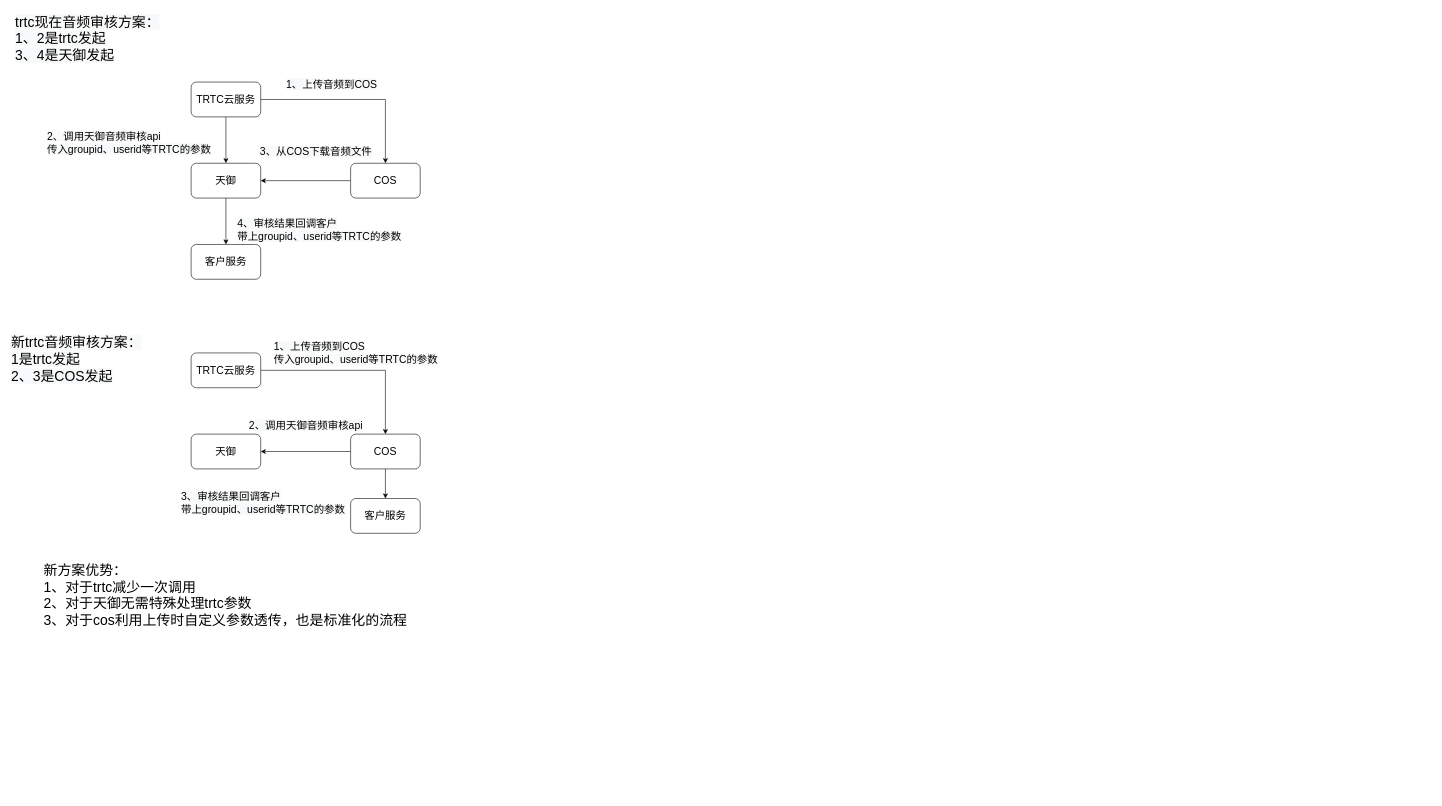
Earlier version of the draw.io diagram page "trtc+cos审核" (5 of 7) of CI.drawio (wangnan8791/document). Source tidied: cells renumbered, new cells numbered last; positions are measured from the earlier drawing's top-left corner, leaving out a move shared by most shapes. Both pictures are drawn from the tidied source at 58%, with x=0, y=0 at pixel (10, 10).
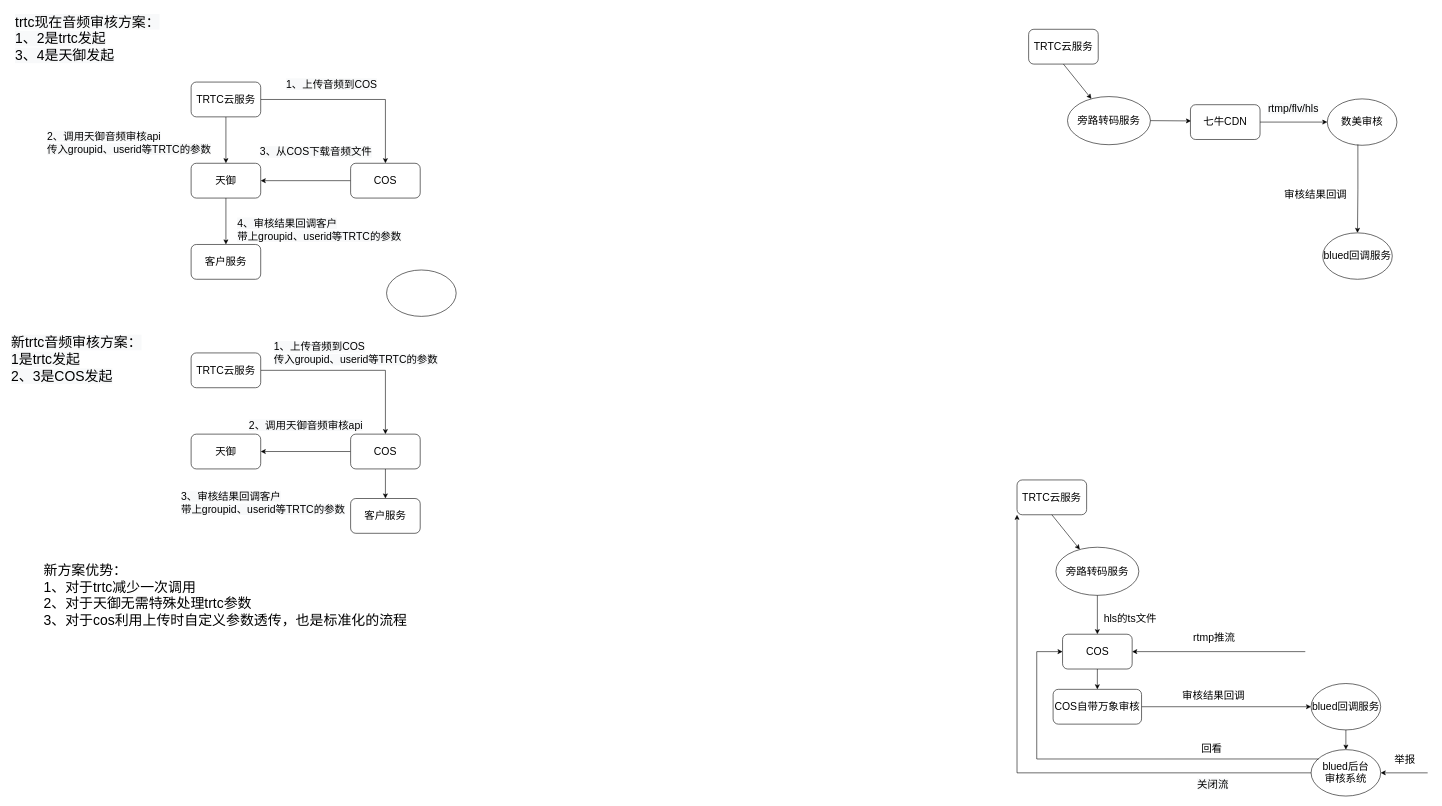
The same diagram, later.

What changed in the source:
```diff
@@
+    <mxCell id="27" value="&lt;span&gt;TRTC云服务&lt;/span&gt;" style="rounded=1;whiteSpace=wrap;html=1;fontSize=18;" parent="1" vertex="1">
+      <mxGeometry x="1756" y="33" width="120" height="60" as="geometry" />
+    </mxCell>
+    <mxCell id="28" value="旁路转码服务" style="ellipse;whiteSpace=wrap;html=1;fontSize=18;" parent="1" vertex="1">
+      <mxGeometry x="1823" y="149" width="143" height="83" as="geometry" />
+    </mxCell>
+    <mxCell id="29" style="endArrow=classic;html=1;rounded=0;fontSize=18;exitX=0.5;exitY=1;exitDx=0;exitDy=0;" parent="1" edge="1" source="27" target="28">
+      <mxGeometry relative="1" as="geometry" />
+    </mxCell>
+    <mxCell id="30" style="endArrow=classic;html=1;rounded=0;fontSize=18;" parent="1" edge="1" source="28">
+      <mxGeometry relative="1" as="geometry">
+        <mxPoint x="2036" y="191" as="targetPoint" />
+      </mxGeometry>
+    </mxCell>
+    <mxCell id="31" style="ellipse;whiteSpace=wrap;html=1;fontSize=18;" parent="1" vertex="1">
+      <mxGeometry x="649" y="448" width="120" height="80" as="geometry" />
+    </mxCell>
+    <mxCell id="32" value="数美审核" style="ellipse;whiteSpace=wrap;html=1;fontSize=18;" parent="1" vertex="1">
+      <mxGeometry x="2271" y="153" width="120" height="80" as="geometry" />
+    </mxCell>
+    <mxCell id="33" style="edgeStyle=orthogonalEdgeStyle;rounded=0;jettySize=auto;html=1;fontSize=18;exitX=0.439;exitY=0.984;exitDx=0;exitDy=0;exitPerimeter=0;" parent="1" edge="1" source="32" target="36">
+      <mxGeometry relative="1" as="geometry" />
+    </mxCell>
+    <mxCell id="34" style="endArrow=classic;html=1;rounded=0;fontSize=18;entryX=0;entryY=0.5;entryDx=0;entryDy=0;exitX=1;exitY=0.5;exitDx=0;exitDy=0;" parent="1" edge="1" source="55" target="32">
+      <mxGeometry relative="1" as="geometry" />
+    </mxCell>
+    <mxCell id="35" value="&lt;span style=&quot;color: rgb(0 , 0 , 0) ; font-family: &amp;#34;helvetica&amp;#34; ; font-size: 18px ; font-style: normal ; font-weight: 400 ; letter-spacing: normal ; text-align: center ; text-indent: 0px ; text-transform: none ; word-spacing: 0px ; background-color: rgb(248 , 249 , 250) ; display: inline ; float: none&quot;&gt;rtmp/flv/hls&lt;/span&gt;" style="text;whiteSpace=wrap;html=1;fontSize=18;" parent="1" vertex="1">
+      <mxGeometry x="2167" y="153" width="92" height="34.3" as="geometry" />
+    </mxCell>
+    <mxCell id="36" value="blued回调服务" style="ellipse;whiteSpace=wrap;html=1;fontSize=18;" parent="1" vertex="1">
+      <mxGeometry x="2263" y="384" width="120" height="80" as="geometry" />
+    </mxCell>
+    <mxCell id="37" value="&lt;span&gt;TRTC云服务&lt;/span&gt;" style="rounded=1;whiteSpace=wrap;html=1;fontSize=18;" parent="1" vertex="1">
+      <mxGeometry x="1736" y="810" width="120" height="60" as="geometry" />
+    </mxCell>
+    <mxCell id="38" value="旁路转码服务" style="ellipse;whiteSpace=wrap;html=1;fontSize=18;" parent="1" vertex="1">
+      <mxGeometry x="1803" y="926" width="143" height="83" as="geometry" />
+    </mxCell>
+    <mxCell id="39" style="endArrow=classic;html=1;rounded=0;fontSize=18;exitX=0.5;exitY=1;exitDx=0;exitDy=0;" parent="1" edge="1" source="37" target="38">
+      <mxGeometry relative="1" as="geometry" />
+    </mxCell>
+    <mxCell id="40" value="&lt;span&gt;COS&lt;/span&gt;" style="rounded=1;whiteSpace=wrap;html=1;fontSize=18;" parent="1" vertex="1">
+      <mxGeometry x="1814.5" y="1076" width="120" height="60" as="geometry" />
+    </mxCell>
+    <mxCell id="41" style="endArrow=classic;html=1;rounded=0;fontSize=18;exitX=0.5;exitY=1;exitDx=0;exitDy=0;" parent="1" edge="1" source="38" target="40">
+      <mxGeometry relative="1" as="geometry" />
+    </mxCell>
+    <mxCell id="42" value="&lt;div style=&quot;text-align: center&quot;&gt;&lt;font face=&quot;helvetica&quot;&gt;hls的ts文件&lt;/font&gt;&lt;/div&gt;" style="text;whiteSpace=wrap;html=1;fontSize=18;" parent="1" vertex="1">
+      <mxGeometry x="1884" y="1033" width="128" height="36" as="geometry" />
+    </mxCell>
+    <mxCell id="43" style="edgeStyle=orthogonalEdgeStyle;rounded=0;jettySize=auto;html=1;fontSize=18;" parent="1" edge="1" source="44" target="46">
+      <mxGeometry relative="1" as="geometry" />
+    </mxCell>
+    <mxCell id="44" value="&lt;span&gt;COS自带万象审核&lt;/span&gt;" style="rounded=1;whiteSpace=wrap;html=1;fontSize=18;" parent="1" vertex="1">
+      <mxGeometry x="1798.2" y="1171" width="152.5" height="60" as="geometry" />
+    </mxCell>
+    <mxCell id="45" style="endArrow=classic;html=1;rounded=0;fontSize=18;entryX=0.5;entryY=0;entryDx=0;entryDy=0;exitX=0.5;exitY=1;exitDx=0;exitDy=0;" parent="1" edge="1" source="40" target="44">
+      <mxGeometry relative="1" as="geometry" />
+    </mxCell>
+    <mxCell id="46" value="blued回调服务" style="ellipse;whiteSpace=wrap;html=1;fontSize=18;" parent="1" vertex="1">
+      <mxGeometry x="2243" y="1161" width="120" height="80" as="geometry" />
+    </mxCell>
+    <mxCell id="47" value="blued后台&lt;br&gt;审核系统" style="ellipse;whiteSpace=wrap;html=1;fontSize=18;" parent="1" vertex="1">
+      <mxGeometry x="2243" y="1275" width="120" height="80" as="geometry" />
+    </mxCell>
+    <mxCell id="48" style="endArrow=classic;html=1;rounded=0;fontSize=18;exitX=0.5;exitY=1;exitDx=0;exitDy=0;entryX=0.5;entryY=0;entryDx=0;entryDy=0;" parent="1" edge="1" source="46" target="47">
+      <mxGeometry relative="1" as="geometry" />
+    </mxCell>
+    <mxCell id="49" style="edgeStyle=orthogonalEdgeStyle;rounded=0;jettySize=auto;html=1;fontSize=18;exitX=0;exitY=0.5;exitDx=0;exitDy=0;entryX=0;entryY=1;entryDx=0;entryDy=0;" parent="1" edge="1" source="47" target="37">
+      <mxGeometry relative="1" as="geometry" />
+    </mxCell>
+    <mxCell id="50" value="&lt;span style=&quot;color: rgb(0 , 0 , 0) ; font-family: &amp;#34;helvetica&amp;#34; ; font-size: 18px ; font-style: normal ; font-weight: 400 ; letter-spacing: normal ; text-align: center ; text-indent: 0px ; text-transform: none ; word-spacing: 0px ; background-color: rgb(248 , 249 , 250) ; display: inline ; float: none&quot;&gt;关闭流&lt;/span&gt;" style="text;whiteSpace=wrap;html=1;" parent="1" vertex="1">
+      <mxGeometry x="2045" y="1318" width="74" height="30" as="geometry" />
+    </mxCell>
+    <mxCell id="51" value="&lt;div style=&quot;text-align: center&quot;&gt;&lt;font face=&quot;helvetica&quot;&gt;&lt;span style=&quot;font-size: 18px&quot;&gt;审核结果回调&lt;/span&gt;&lt;/font&gt;&lt;/div&gt;" style="text;whiteSpace=wrap;html=1;" parent="1" vertex="1">
+      <mxGeometry x="2019" y="1166" width="121" height="30" as="geometry" />
+    </mxCell>
+    <mxCell id="52" value="&lt;div style=&quot;text-align: center&quot;&gt;&lt;font face=&quot;helvetica&quot;&gt;&lt;span style=&quot;font-size: 18px&quot;&gt;审核结果回调&lt;/span&gt;&lt;/font&gt;&lt;/div&gt;" style="text;whiteSpace=wrap;html=1;" parent="1" vertex="1">
+      <mxGeometry x="2195" y="302" width="121" height="30" as="geometry" />
+    </mxCell>
+    <mxCell id="53" style="edgeStyle=orthogonalEdgeStyle;rounded=0;jettySize=auto;html=1;fontSize=18;exitX=0.109;exitY=0.201;exitDx=0;exitDy=0;exitPerimeter=0;entryX=0;entryY=0.5;entryDx=0;entryDy=0;" parent="1" edge="1" source="47" target="40">
+      <mxGeometry relative="1" as="geometry">
+        <Array as="points">
+          <mxPoint x="1770" y="1291" />
+          <mxPoint x="1770" y="1106" />
+        </Array>
+      </mxGeometry>
+    </mxCell>
+    <mxCell id="54" value="&lt;div style=&quot;text-align: center&quot;&gt;&lt;font face=&quot;helvetica&quot;&gt;&lt;span style=&quot;font-size: 18px&quot;&gt;回看&lt;/span&gt;&lt;/font&gt;&lt;/div&gt;" style="text;whiteSpace=wrap;html=1;" parent="1" vertex="1">
+      <mxGeometry x="2052" y="1257" width="74" height="30" as="geometry" />
+    </mxCell>
+    <mxCell id="55" value="&lt;span&gt;七牛CDN&lt;/span&gt;" style="rounded=1;whiteSpace=wrap;html=1;fontSize=18;" parent="1" vertex="1">
+      <mxGeometry x="2035" y="163" width="120" height="60" as="geometry" />
+    </mxCell>
+    <mxCell id="56" style="endArrow=classic;html=1;rounded=0;entryX=1;entryY=0.5;entryDx=0;entryDy=0;" parent="1" edge="1" target="47">
+      <mxGeometry relative="1" as="geometry">
+        <mxPoint x="2444" y="1315" as="sourcePoint" />
+      </mxGeometry>
+    </mxCell>
+    <mxCell id="57" value="&lt;div style=&quot;text-align: center&quot;&gt;&lt;font face=&quot;helvetica&quot;&gt;&lt;span style=&quot;font-size: 18px&quot;&gt;举报&lt;/span&gt;&lt;/font&gt;&lt;/div&gt;" style="text;whiteSpace=wrap;html=1;" parent="1" vertex="1">
+      <mxGeometry x="2385" y="1275" width="46" height="30" as="geometry" />
+    </mxCell>
+    <mxCell id="58" style="endArrow=classic;html=1;rounded=0;entryX=1;entryY=0.5;entryDx=0;entryDy=0;" parent="1" edge="1" target="40">
+      <mxGeometry relative="1" as="geometry">
+        <mxPoint x="2233" y="1106" as="sourcePoint" />
+      </mxGeometry>
+    </mxCell>
+    <mxCell id="59" value="&lt;div style=&quot;text-align: center&quot;&gt;&lt;font face=&quot;helvetica&quot;&gt;&lt;span style=&quot;font-size: 18px&quot;&gt;rtmp推流&lt;/span&gt;&lt;/font&gt;&lt;/div&gt;" style="text;whiteSpace=wrap;html=1;" parent="1" vertex="1">
+      <mxGeometry x="2038" y="1066" width="121" height="30" as="geometry" />
+    </mxCell>
```
